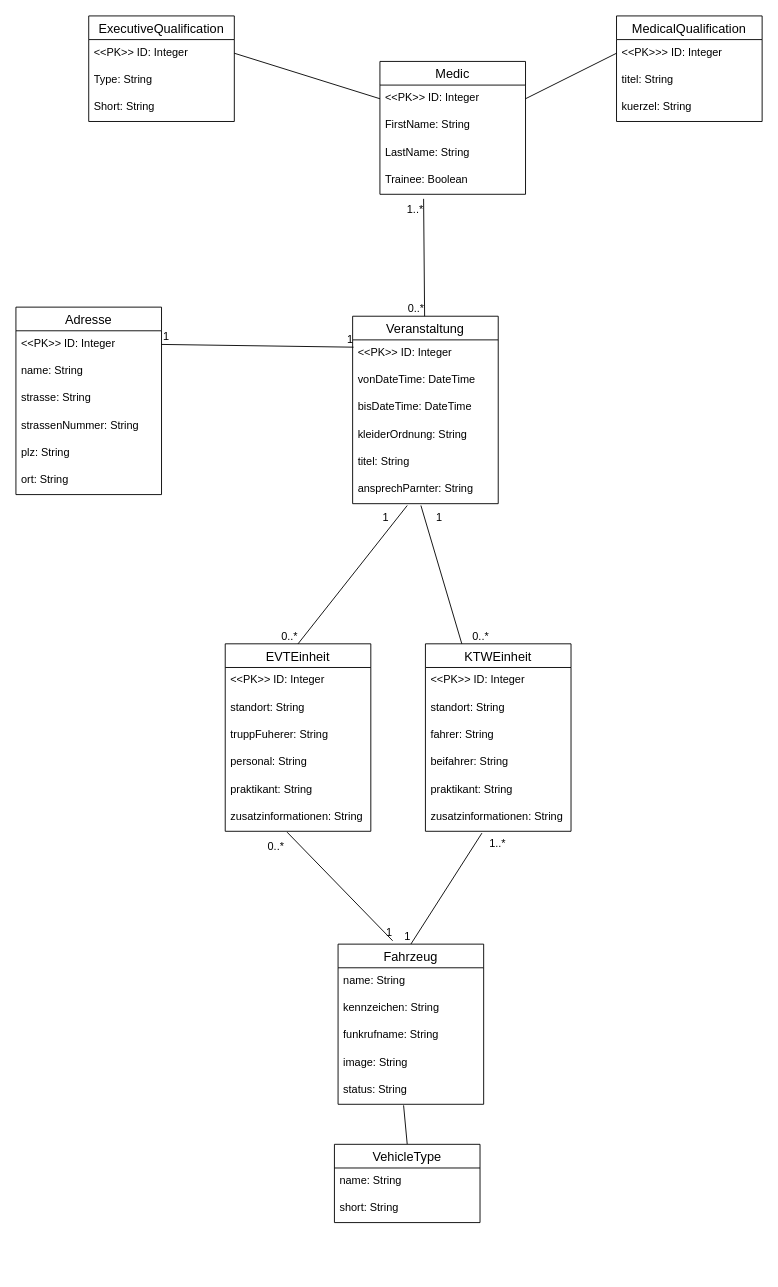
Korkmatik/SanPlan keeps this draw.io diagram as .docs/DatenbankDesign.drawio. Above is the earlier version. Source tidied: cells renumbered, new cells numbered last; positions are measured from the earlier drawing's top-left corner, leaving out a move shared by most shapes. Both pictures are drawn from the tidied source at 91%, with x=0, y=0 at pixel (15, 15).
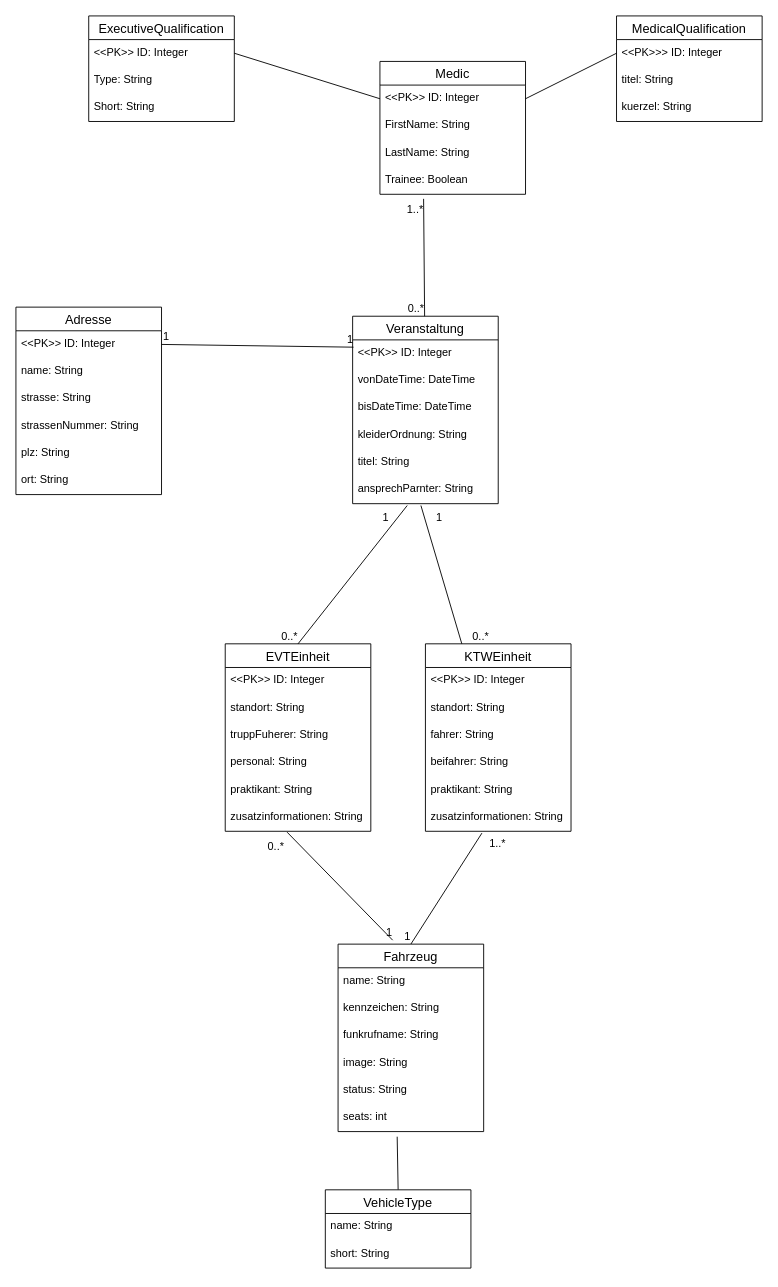
After the change.

Unchanged cells that the change refers to:
```xml
<mxCell id="53" value="status: String" style="text;strokeColor=none;fillColor=none;spacingLeft=4;spacingRight=4;overflow=hidden;points=[[0,0.5],[1,0.5]];portConstraint=eastwest;fontSize=12;" parent="48" vertex="1">
  <mxGeometry y="146" width="160" height="30" as="geometry" />
</mxCell>
```

The edit, as a diff of the source:
```diff
@@
     <mxCell id="48" value="Fahrzeug" style="swimlane;fontStyle=0;horizontal=1;startSize=26;align=center;fontSize=14;" parent="1" vertex="1">
-      <mxGeometry x="354" y="1020" width="160" height="176" as="geometry" />
+      <mxGeometry x="354" y="1020" width="160" height="206" as="geometry" />
     </mxCell>
@@
+    <mxCell id="73" value="seats: int" style="text;strokeColor=none;fillColor=none;spacingLeft=4;spacingRight=4;overflow=hidden;points=[[0,0.5],[1,0.5]];portConstraint=eastwest;fontSize=12;" parent="48" vertex="1">
+      <mxGeometry y="176" width="160" height="30" as="geometry" />
+    </mxCell>
@@
-    <mxCell id="69" style="endArrow=none;html=1;rounded=0;exitX=0.45;exitY=1.039;exitDx=0;exitDy=0;exitPerimeter=0;entryX=0.5;entryY=0;entryDx=0;entryDy=0;" parent="1" edge="1" source="53" target="70">
+    <mxCell id="69" style="endArrow=none;html=1;rounded=0;exitX=0.406;exitY=1.187;exitDx=0;exitDy=0;exitPerimeter=0;entryX=0.5;entryY=0;entryDx=0;entryDy=0;" parent="1" edge="1" source="73" target="70">
       <mxGeometry relative="1" as="geometry" />
     </mxCell>
     <mxCell id="70" value="VehicleType" style="swimlane;fontStyle=0;horizontal=1;startSize=26;align=center;fontSize=14;" parent="1" vertex="1">
-      <mxGeometry x="350" y="1240" width="160" height="86" as="geometry" />
+      <mxGeometry x="340" y="1290" width="160" height="86" as="geometry" />
     </mxCell>
```
